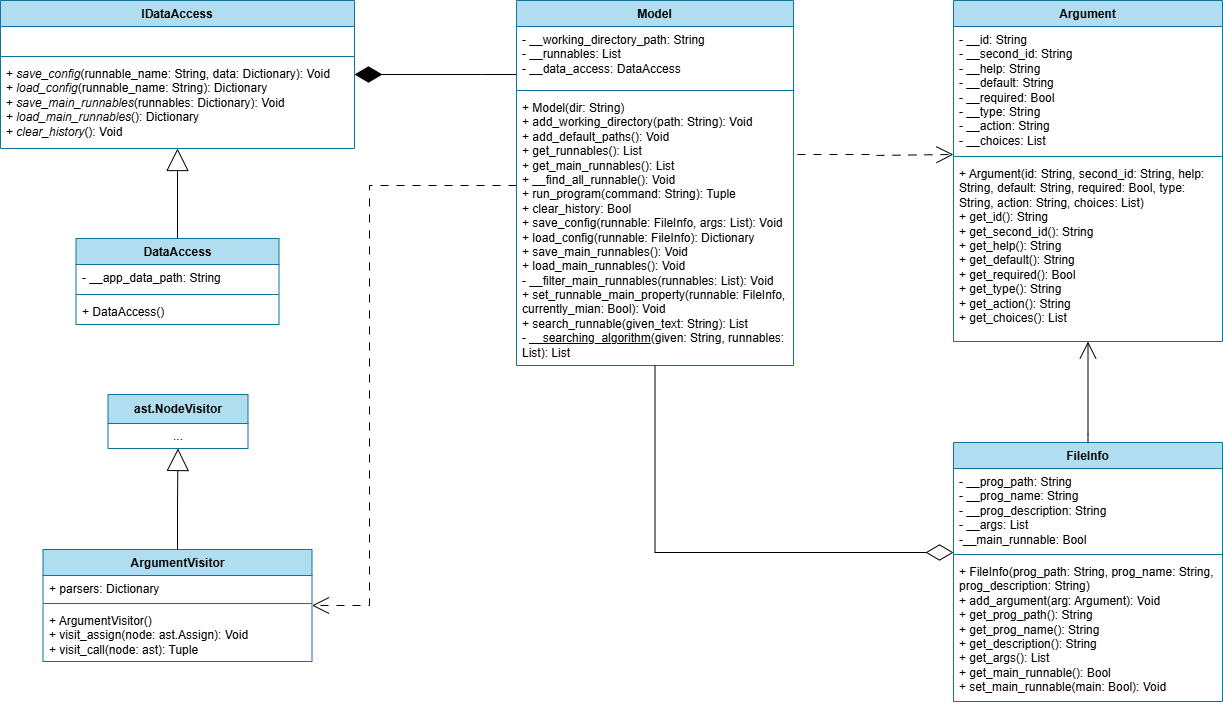
Above: documentation/img/class_diagram_model_persistence.drawio.png in CsullogBeni/szofttech (draw.io), before the change. Source tidied: cells renumbered, new cells last; positions are measured from the earlier drawing's top-left corner, leaving out a move shared by most shapes.
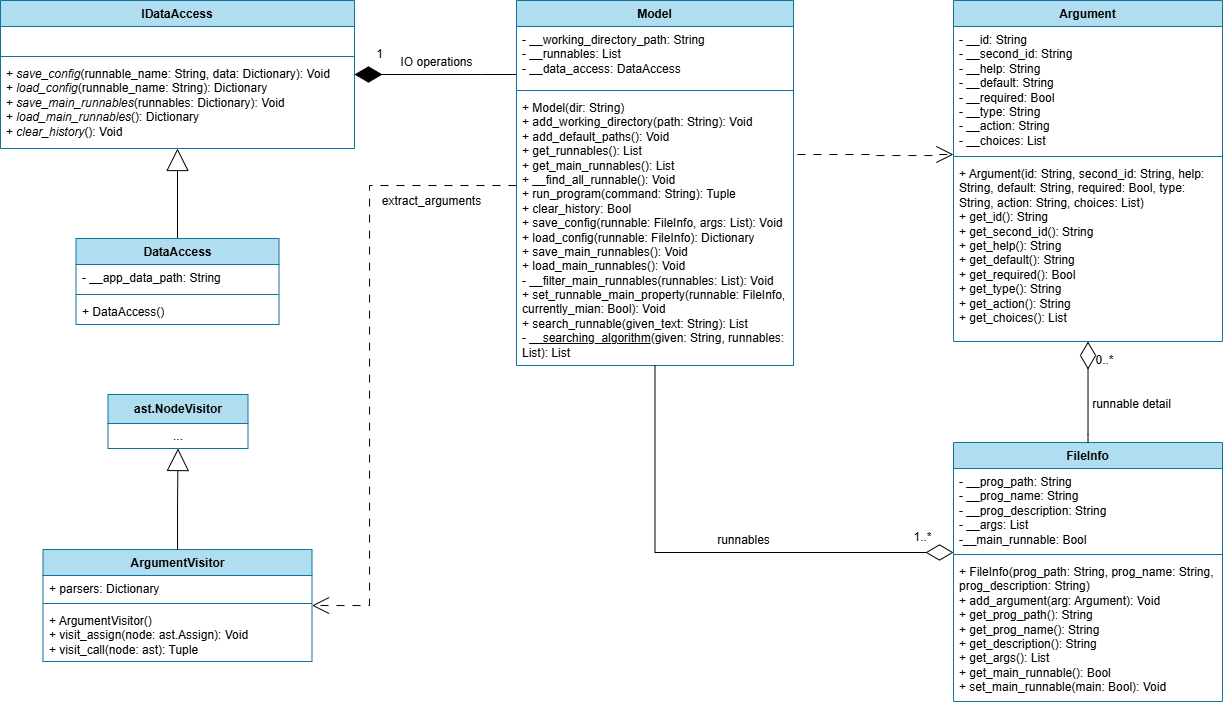
Above is the later version.

Commit message:
uml clas diagrams extended

Diff of the diagram source:
```diff
@@ -102,7 +102,7 @@
     <mxCell id="31" style="edgeStyle=orthogonalEdgeStyle;rounded=0;jettySize=auto;html=1;endArrow=block;endFill=0;endSize=20;strokeColor=default;" parent="1" edge="1" source="19" target="23">
       <mxGeometry relative="1" as="geometry" />
     </mxCell>
-    <mxCell id="32" style="edgeStyle=orthogonalEdgeStyle;rounded=0;jettySize=auto;html=1;endArrow=open;endFill=0;endSize=15;" parent="1" edge="1" source="15" target="11">
+    <mxCell id="32" style="edgeStyle=orthogonalEdgeStyle;rounded=0;jettySize=auto;html=1;endArrow=diamondThin;endFill=0;endSize=25;" parent="1" edge="1" source="15" target="11">
       <mxGeometry relative="1" as="geometry">
         <Array as="points">
           <mxPoint x="1088" y="434" />
@@ -123,9 +123,32 @@
         <mxPoint x="953" y="154" as="targetPoint" />
         <Array as="points">
           <mxPoint x="870" y="154" />
-          <mxPoint x="953" y="155" />
+          <mxPoint x="870" y="155" />
+          <mxPoint x="932" y="155" />
+          <mxPoint x="932" y="154" />
         </Array>
       </mxGeometry>
     </mxCell>
+    <mxCell id="35" value="1" style="text;html=1;align=center;verticalAlign=middle;strokeColor=none;fillColor=none;" parent="1" vertex="1">
+      <mxGeometry x="366" y="41" width="25" height="26" as="geometry" />
+    </mxCell>
+    <mxCell id="36" value="IO operations" style="text;html=1;align=center;verticalAlign=middle;strokeColor=none;fillColor=none;" parent="1" vertex="1">
+      <mxGeometry x="391" y="49" width="90" height="26" as="geometry" />
+    </mxCell>
+    <mxCell id="37" value="1..*" style="text;html=1;align=center;verticalAlign=middle;strokeColor=none;fillColor=none;" parent="1" vertex="1">
+      <mxGeometry x="904" y="524" width="36" height="26" as="geometry" />
+    </mxCell>
+    <mxCell id="38" value="runnables" style="text;html=1;align=center;verticalAlign=middle;strokeColor=none;fillColor=none;" parent="1" vertex="1">
+      <mxGeometry x="707" y="527" width="71" height="26" as="geometry" />
+    </mxCell>
+    <mxCell id="39" value="extract_arguments" style="text;html=1;align=center;verticalAlign=middle;strokeColor=none;fillColor=none;" parent="1" vertex="1">
+      <mxGeometry x="372" y="188" width="117" height="26" as="geometry" />
+    </mxCell>
+    <mxCell id="40" value="0..*" style="text;html=1;align=center;verticalAlign=middle;strokeColor=none;fillColor=none;" parent="1" vertex="1">
+      <mxGeometry x="1086" y="347" width="36" height="26" as="geometry" />
+    </mxCell>
+    <mxCell id="41" value="runnable detail" style="text;html=1;align=center;verticalAlign=middle;strokeColor=none;fillColor=none;" parent="1" vertex="1">
+      <mxGeometry x="1082" y="391" width="97" height="26" as="geometry" />
+    </mxCell>
   </root>
 </mxGraphModel>
```
